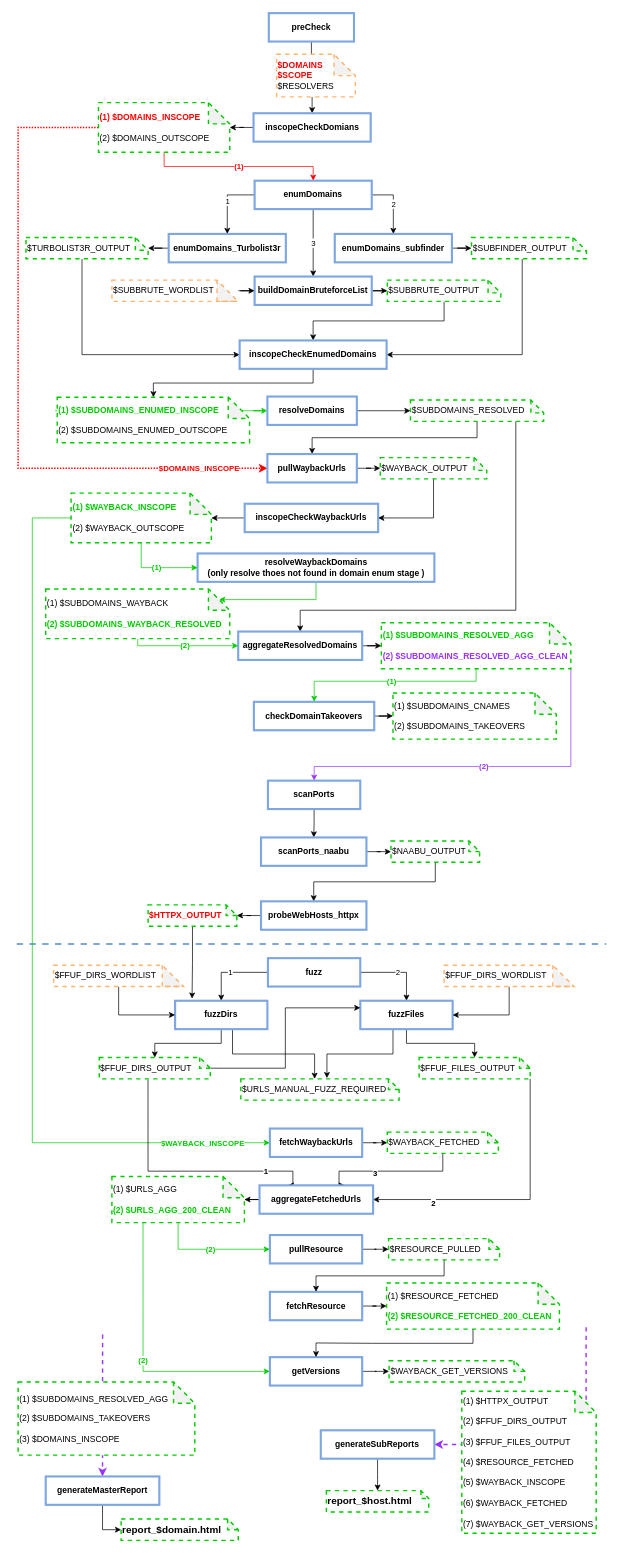
The draw.io diagram Recon.drawio in dirtybull/workflows, before the edit. Source tidied: cells renumbered, new cells numbered last; positions are measured from the earlier drawing's top-left corner, leaving out a move shared by most shapes. Both pictures are drawn from the tidied source at 71%, with x=0, y=0 at pixel (16, 13).
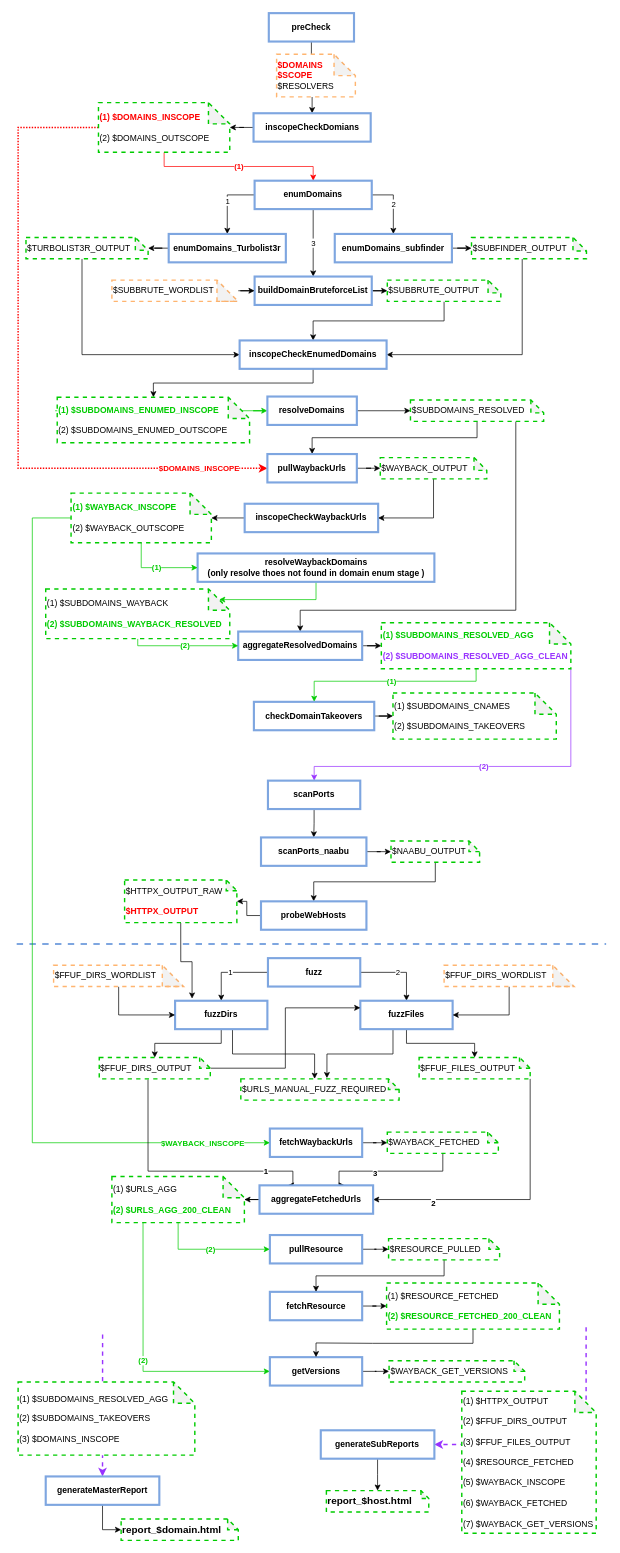
After the change.

The edit, as a diff of the source:
```diff
@@
-    <mxCell id="63" value="probeWebHosts_httpx" style="rounded=0;whiteSpace=wrap;html=1;strokeColor=#7EA6E0;strokeWidth=3;fontStyle=1;" parent="1" vertex="1">
+    <mxCell id="63" value="probeWebHosts" style="rounded=0;whiteSpace=wrap;html=1;strokeColor=#7EA6E0;strokeWidth=3;fontStyle=1;" parent="1" vertex="1">
       <mxGeometry x="344.1" y="1251" width="148.5" height="40" as="geometry" />
     </mxCell>
@@
-    <mxCell id="84" value="&lt;div&gt;&lt;font color=&quot;#FF0000&quot;&gt;&lt;b&gt;$HTTPX_OUTPUT&lt;/b&gt;&lt;/font&gt;&lt;/div&gt;" style="shape=note;whiteSpace=wrap;html=1;backgroundOutline=1;darkOpacity=0.05;dashed=1;align=left;strokeColor=#00CC00;strokeWidth=2;size=15;" parent="1" vertex="1">
-      <mxGeometry x="185.1" y="1256" width="125" height="30" as="geometry" />
+    <mxCell id="84" value="&lt;div&gt;$HTTPX_OUTPUT_RAW&lt;br&gt;&lt;/div&gt;&lt;div&gt;&lt;br&gt;&lt;/div&gt;&lt;div&gt;&lt;font color=&quot;#FF0000&quot;&gt;&lt;b&gt;$HTTPX_OUTPUT&lt;/b&gt;&lt;/font&gt;&lt;/div&gt;" style="shape=note;whiteSpace=wrap;html=1;backgroundOutline=1;darkOpacity=0.05;dashed=1;align=left;strokeColor=#00CC00;strokeWidth=2;size=15;" parent="1" vertex="1">
+      <mxGeometry x="152" y="1221" width="158.1" height="60" as="geometry" />
     </mxCell>
```
